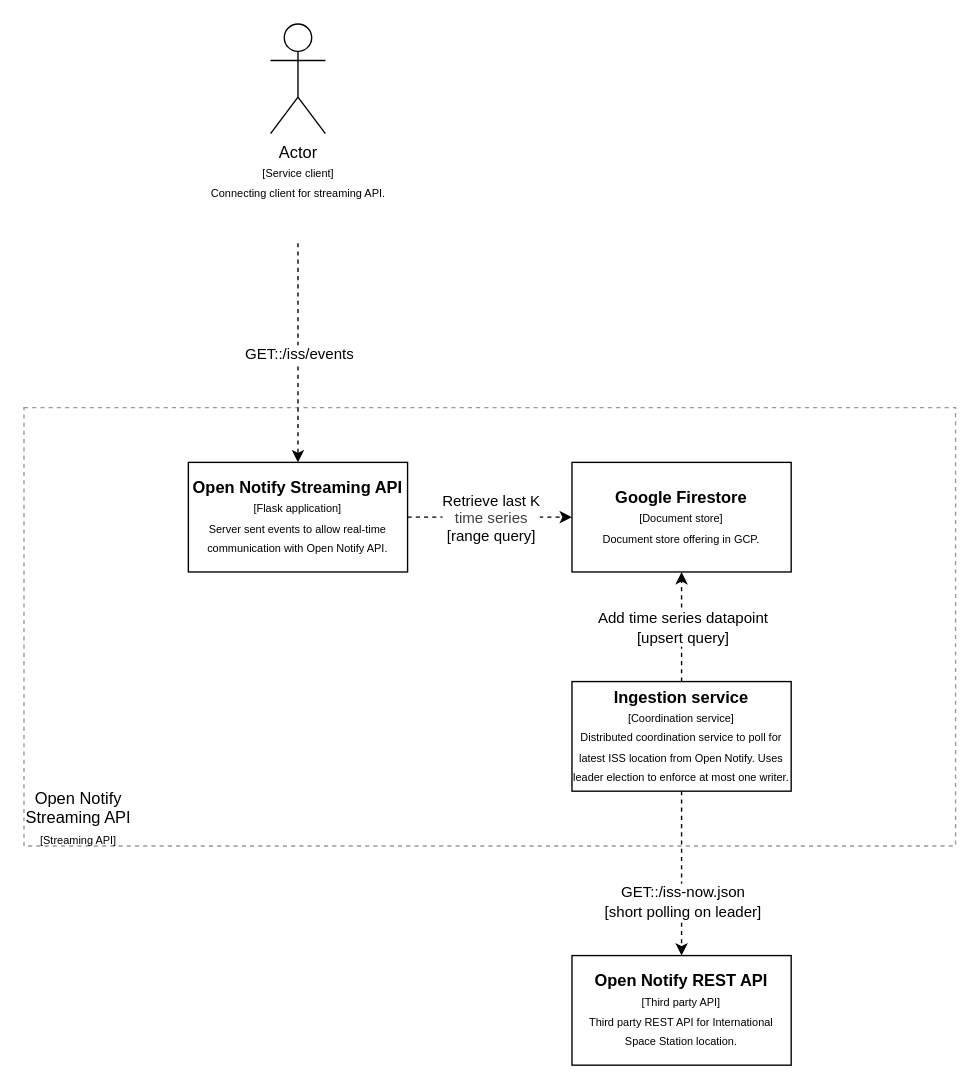
This is specs/diagrams/container_diagram.drawio from NoahT/Open-Notify-Streaming-API, a draw.io file, before an edit. Source tidied: cells renumbered, new cells numbered last; positions are measured from the earlier drawing's top-left corner, leaving out a move shared by most shapes. Both pictures are drawn from the tidied source at 137%, with x=0, y=0 at pixel (23, 23).
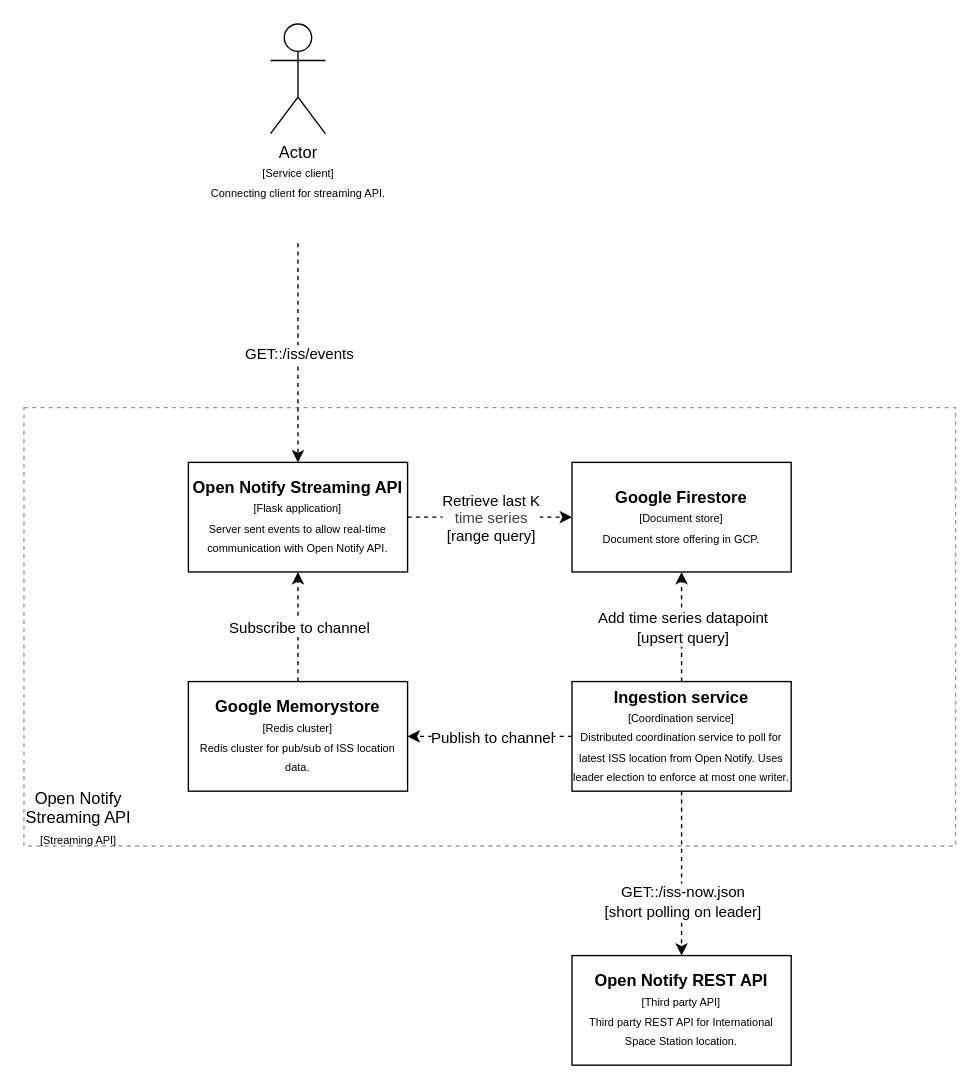
After the change.

Commit message (it also covers changes not shown here):
Update C4 diagrams to include Redis pub/sub (#29)

Unchanged cells that the change refers to:
```xml
<mxCell id="4" value="&lt;b&gt;Open Notify Streaming API&lt;/b&gt;&lt;br&gt;&lt;font style=&quot;font-size: 8px&quot;&gt;[Flask application]&lt;br&gt;Server sent events to allow real-time communication with Open Notify API.&lt;/font&gt;" style="rounded=0;whiteSpace=wrap;html=1;" parent="1" vertex="1">
  <mxGeometry x="120" y="320" width="160" height="80" as="geometry" />
</mxCell>
<mxCell id="14" value="&lt;b&gt;Ingestion service&lt;/b&gt;&lt;br&gt;&lt;font style=&quot;font-size: 8px&quot;&gt;[Coordination service]&lt;br&gt;Distributed coordination service to poll for latest ISS location from Open Notify. Uses leader election to enforce at most one writer.&lt;/font&gt;" style="rounded=0;whiteSpace=wrap;html=1;" parent="1" vertex="1">
  <mxGeometry x="400" y="480" width="160" height="80" as="geometry" />
</mxCell>
```

What changed in the source:
```diff
@@
+    <mxCell id="17" value="&lt;b&gt;Google Memorystore&lt;/b&gt;&lt;br&gt;&lt;font style=&quot;font-size: 8px;&quot;&gt;[Redis cluster]&lt;br&gt;Redis cluster for pub/sub of ISS location data.&lt;/font&gt;" style="rounded=0;whiteSpace=wrap;html=1;" parent="1" vertex="1">
+      <mxGeometry x="120" y="480" width="160" height="80" as="geometry" />
+    </mxCell>
+    <mxCell id="18" style="endArrow=classic;html=1;dashed=1;entryX=1;entryY=0.5;entryDx=0;entryDy=0;exitX=0;exitY=0.5;exitDx=0;exitDy=0;" parent="1" edge="1" source="14" target="17">
+      <mxGeometry relative="1" as="geometry" />
+    </mxCell>
+    <mxCell id="19" value="Publish to channel" style="edgeLabel;html=1;align=center;verticalAlign=middle;" parent="18" vertex="1">
+      <mxGeometry x="-0.06" y="-3" relative="1" as="geometry">
+        <mxPoint x="-3" y="3" as="offset" />
+      </mxGeometry>
+    </mxCell>
+    <mxCell id="20" style="endArrow=classic;html=1;dashed=1;entryX=0.5;entryY=1;entryDx=0;entryDy=0;exitX=0.5;exitY=0;exitDx=0;exitDy=0;" parent="1" edge="1" source="17" target="4">
+      <mxGeometry relative="1" as="geometry" />
+    </mxCell>
+    <mxCell id="21" value="Subscribe to channel" style="edgeLabel;html=1;align=center;verticalAlign=middle;" parent="1" vertex="1">
+      <mxGeometry x="200" y="440" as="geometry" />
+    </mxCell>
```
